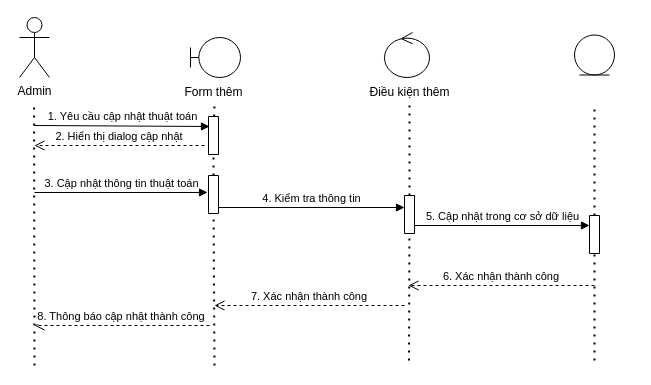
Earlier version of the draw.io diagram updateOrders.drawio (lesongvi/dhelpproject). Source tidied: cells renumbered, new cells numbered last; positions are measured from the earlier drawing's top-left corner, leaving out a move shared by most shapes. Both pictures are drawn from the tidied source at 100%, with x=0, y=0 at pixel (19, 17).
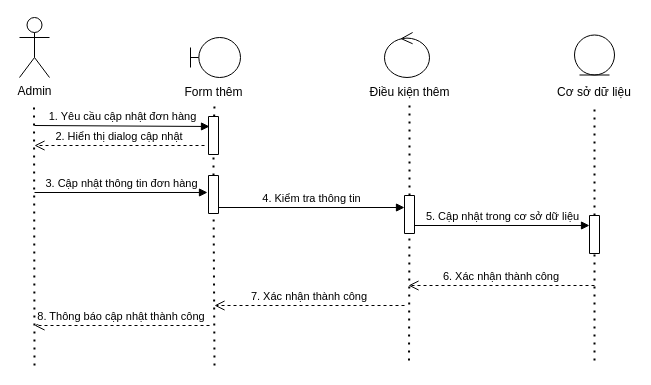
The same page after the edit.

The change refers to these unchanged cells:
```xml
<mxCell id="6" style="verticalLabelPosition=bottom;verticalAlign=top;html=1;shape=mxgraph.basic.rect;fillColor2=none;strokeWidth=1;size=20;indent=5;" parent="1" vertex="1">
  <mxGeometry x="189" y="99" width="10" height="38" as="geometry" />
</mxCell>
<mxCell id="11" style="verticalLabelPosition=bottom;verticalAlign=top;html=1;shape=mxgraph.basic.rect;fillColor2=none;strokeWidth=1;size=20;indent=5;" parent="1" vertex="1">
  <mxGeometry x="189" y="158" width="10" height="38" as="geometry" />
</mxCell>
```

Diff of the diagram source:
```diff
@@
-    <mxCell id="9" value="1. Yêu cầu cập nhật thuật toán" style="html=1;verticalAlign=bottom;endArrow=block;rounded=0;entryX=0.1;entryY=0.263;entryDx=0;entryDy=0;entryPerimeter=0;" parent="1" edge="1" target="6">
+    <mxCell id="9" value="1. Yêu cầu cập nhật đơn hàng" style="html=1;verticalAlign=bottom;endArrow=block;rounded=0;entryX=0.1;entryY=0.263;entryDx=0;entryDy=0;entryPerimeter=0;" parent="1" edge="1" target="6">
       <mxGeometry relative="1" as="geometry">
         <mxPoint x="15" y="108" as="sourcePoint" />
       </mxGeometry>
     </mxCell>
@@
-    <mxCell id="13" value="3. Cập nhật thông tin thuật toán" style="html=1;verticalAlign=bottom;endArrow=block;rounded=0;entryX=-0.1;entryY=0.447;entryDx=0;entryDy=0;entryPerimeter=0;" parent="1" edge="1" target="11">
+    <mxCell id="13" value="3. Cập nhật thông tin đơn hàng" style="html=1;verticalAlign=bottom;endArrow=block;rounded=0;entryX=-0.1;entryY=0.447;entryDx=0;entryDy=0;entryPerimeter=0;" parent="1" edge="1" target="11">
       <mxGeometry relative="1" as="geometry">
         <mxPoint x="15" y="175" as="sourcePoint" />
       </mxGeometry>
     </mxCell>
@@
+    <mxCell id="28" value="Cơ sở dữ liệu" style="text;html=1;strokeColor=none;fillColor=none;align=center;verticalAlign=middle;whiteSpace=wrap;rounded=0;" parent="1" vertex="1">
+      <mxGeometry x="535" y="66" width="80" height="18" as="geometry" />
+    </mxCell>
```
